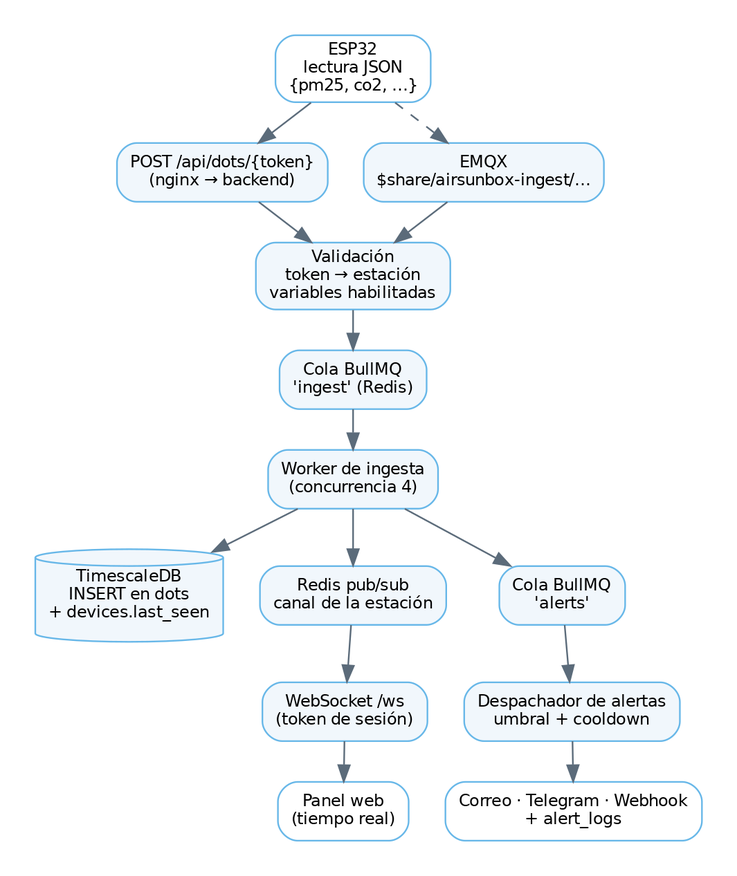
Before: docs/diagramas/flujo-datos.png, a diagram exported from Graphviz (JCR2005/AirSunBox). Its source is kept beside it as docs/diagramas/flujo-datos.dot. The source it was exported from:
```dot
digraph flujo {
  graph [rankdir=TB, fontname="DejaVu Sans", fontsize=11, nodesep=0.3, ranksep=0.35, pad=0.3]
  node  [shape=box, style="rounded,filled", fontname="DejaVu Sans", fontsize=10, fillcolor="#F1F7FC", color="#67B7E8"]
  edge  [fontname="DejaVu Sans", fontsize=8, color="#5B6B7A"]

  esp   [label="ESP32\nlectura JSON\n{pm25, co2, …}", fillcolor="white"]
  http  [label="POST /api/dots/{token}\n(nginx → backend)"]
  mqtt  [label="EMQX\n$share/airsunbox-ingest/…"]
  val   [label="Validación\ntoken → estación\nvariables habilitadas"]
  qin   [label="Cola BullMQ\n'ingest' (Redis)"]
  wrk   [label="Worker de ingesta\n(concurrencia 4)"]
  dots  [label="TimescaleDB\nINSERT en dots\n+ devices.last_seen", shape=cylinder]
  pub   [label="Redis pub/sub\ncanal de la estación"]
  ws    [label="WebSocket /ws\n(token de sesión)"]
  ui    [label="Panel web\n(tiempo real)", fillcolor="white"]
  qal   [label="Cola BullMQ\n'alerts'"]
  disp  [label="Despachador de alertas\numbral + cooldown"]
  canal [label="Correo · Telegram · Webhook\n+ alert_logs", fillcolor="white"]

  esp -> http; esp -> mqtt [style=dashed]
  http -> val; mqtt -> val
  val -> qin -> wrk -> dots
  wrk -> pub -> ws -> ui
  wrk -> qal -> disp -> canal
}
```
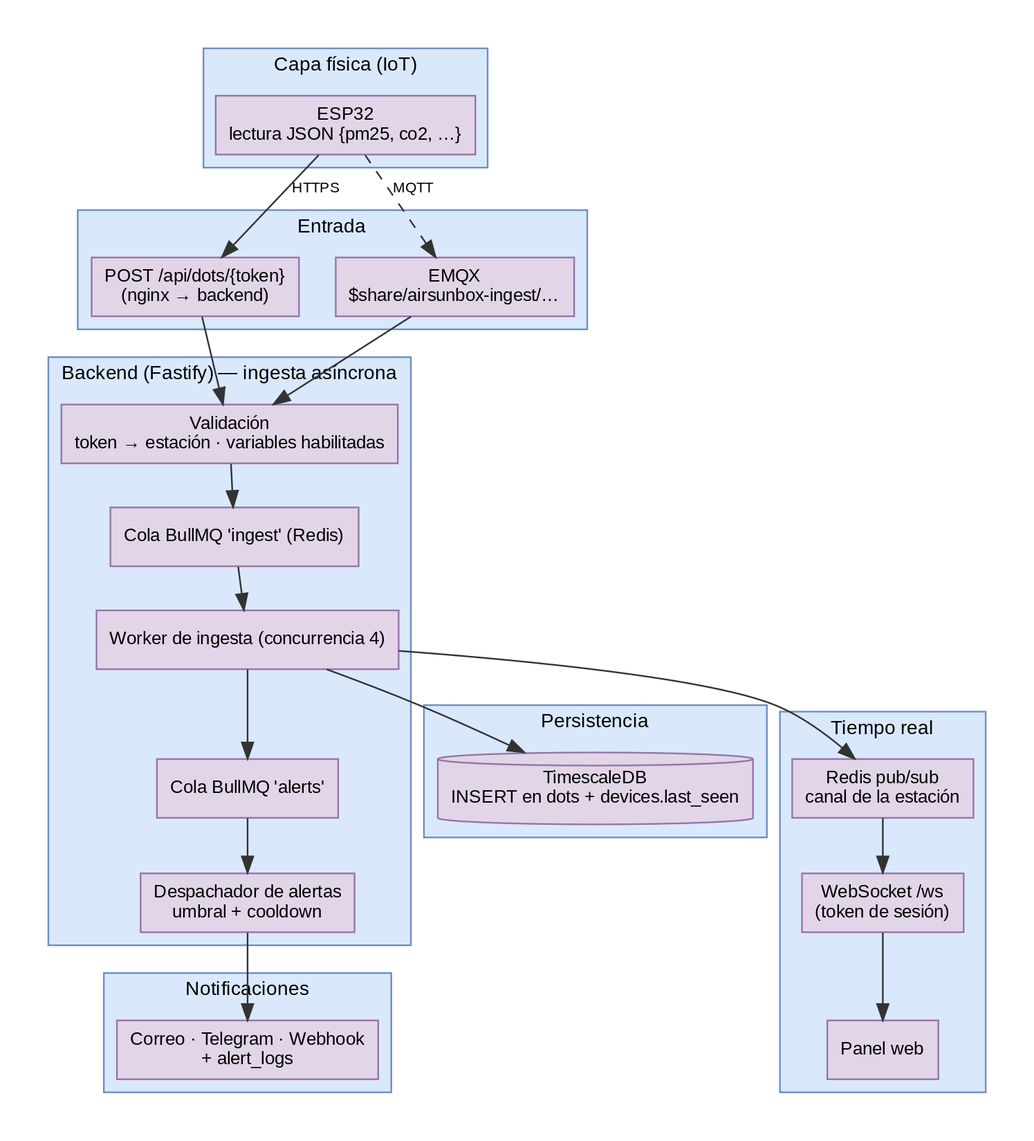
Above is the later version.

Change to the diagram source:
```diff
@@ -1,25 +1,32 @@
 digraph flujo {
-  graph [rankdir=TB, fontname="DejaVu Sans", fontsize=11, nodesep=0.3, ranksep=0.35, pad=0.3]
-  node  [shape=box, style="rounded,filled", fontname="DejaVu Sans", fontsize=10, fillcolor="#F1F7FC", color="#67B7E8"]
-  edge  [fontname="DejaVu Sans", fontsize=8, color="#5B6B7A"]
+  graph [rankdir=TB, fontname="Liberation Sans", fontsize=12, nodesep=0.3, ranksep=0.35, pad=0.3, newrank=true]
+  node  [shape=box, style="filled", fontname="Liberation Sans", fontsize=11, fillcolor="#E1D5E7", color="#9673A6"]
+  edge  [fontname="Liberation Sans", fontsize=9, color="#333333"]
 
-  esp   [label="ESP32\nlectura JSON\n{pm25, co2, …}", fillcolor="white"]
-  http  [label="POST /api/dots/{token}\n(nginx → backend)"]
-  mqtt  [label="EMQX\n$share/airsunbox-ingest/…"]
-  val   [label="Validación\ntoken → estación\nvariables habilitadas"]
-  qin   [label="Cola BullMQ\n'ingest' (Redis)"]
-  wrk   [label="Worker de ingesta\n(concurrencia 4)"]
-  dots  [label="TimescaleDB\nINSERT en dots\n+ devices.last_seen", shape=cylinder]
-  pub   [label="Redis pub/sub\ncanal de la estación"]
-  ws    [label="WebSocket /ws\n(token de sesión)"]
-  ui    [label="Panel web\n(tiempo real)", fillcolor="white"]
-  qal   [label="Cola BullMQ\n'alerts'"]
-  disp  [label="Despachador de alertas\numbral + cooldown"]
-  canal [label="Correo · Telegram · Webhook\n+ alert_logs", fillcolor="white"]
+  subgraph cluster_iot { label="Capa física (IoT)"; style="filled"; fillcolor="#DAE8FC"; color="#6C8EBF"
+    esp [label="ESP32\nlectura JSON {pm25, co2, …}"] }
+  subgraph cluster_entrada { label="Entrada"; style="filled"; fillcolor="#DAE8FC"; color="#6C8EBF"
+    http [label="POST /api/dots/{token}\n(nginx → backend)"]
+    mqtt [label="EMQX\n$share/airsunbox-ingest/…"] }
+  subgraph cluster_backend { label="Backend (Fastify) — ingesta asíncrona"; style="filled"; fillcolor="#DAE8FC"; color="#6C8EBF"
+    val [label="Validación\ntoken → estación · variables habilitadas"]
+    qin [label="Cola BullMQ 'ingest' (Redis)"]
+    wrk [label="Worker de ingesta (concurrencia 4)"]
+    qal [label="Cola BullMQ 'alerts'"]
+    disp[label="Despachador de alertas\numbral + cooldown"] }
+  subgraph cluster_persist { label="Persistencia"; style="filled"; fillcolor="#DAE8FC"; color="#6C8EBF"
+    dots [label="TimescaleDB\nINSERT en dots + devices.last_seen", shape=cylinder] }
+  subgraph cluster_rt { label="Tiempo real"; style="filled"; fillcolor="#DAE8FC"; color="#6C8EBF"
+    pub [label="Redis pub/sub\ncanal de la estación"]
+    ws  [label="WebSocket /ws\n(token de sesión)"]
+    ui  [label="Panel web"] }
+  subgraph cluster_notif { label="Notificaciones"; style="filled"; fillcolor="#DAE8FC"; color="#6C8EBF"
+    canal [label="Correo · Telegram · Webhook\n+ alert_logs"] }
 
-  esp -> http; esp -> mqtt [style=dashed]
+  esp -> http [label="HTTPS"]; esp -> mqtt [label="MQTT", style=dashed]
   http -> val; mqtt -> val
-  val -> qin -> wrk -> dots
+  val -> qin -> wrk
+  wrk -> dots
   wrk -> pub -> ws -> ui
   wrk -> qal -> disp -> canal
 }
```
